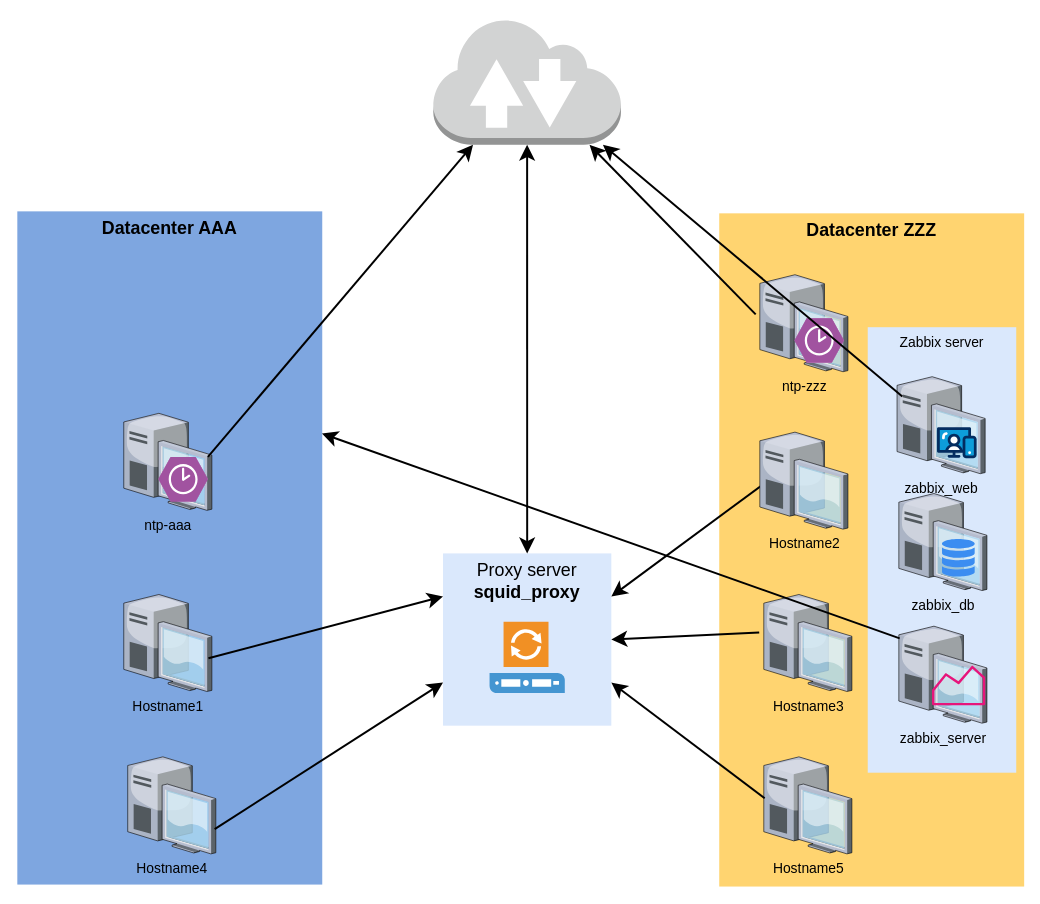
vslavqua/homework keeps this draw.io diagram as network-diagram.drawio. Above is the earlier version. Source tidied: cells renumbered, new cells numbered last; positions are measured from the earlier drawing's top-left corner, leaving out a move shared by most shapes. Both pictures are drawn from the tidied source at 99%, with x=0, y=0 at pixel (17, 17).
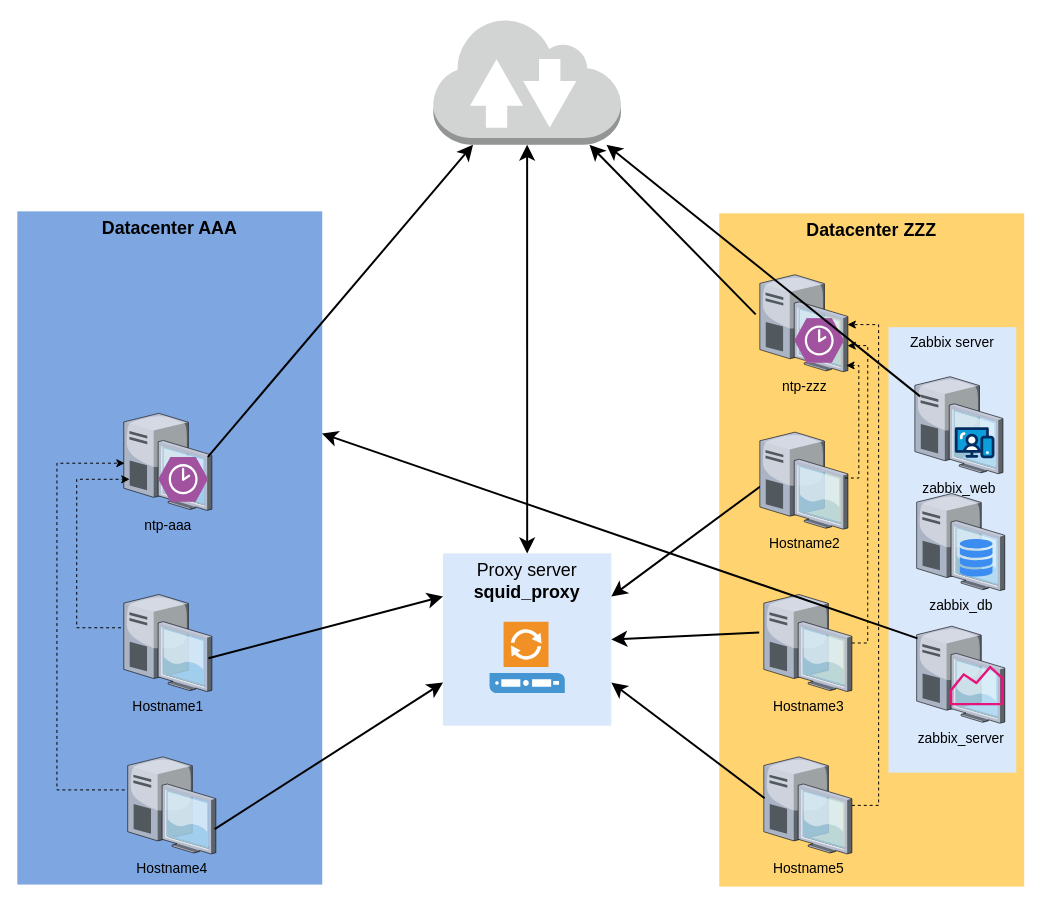
The same page after the edit.

Unchanged cells that the change refers to:
```xml
<mxCell id="5" value="Hostname5" style="verticalLabelPosition=bottom;html=1;verticalAlign=top;strokeColor=none;shape=mxgraph.citrix.desktop;fillColor=#66B2FF;gradientColor=#0066CC;fontSize=14;" parent="1" vertex="1">
  <mxGeometry x="754" y="747" width="89" height="98" as="geometry" />
</mxCell>
<mxCell id="6" value="Hostname3" style="verticalLabelPosition=bottom;html=1;verticalAlign=top;strokeColor=none;shape=mxgraph.citrix.desktop;fillColor=#66B2FF;gradientColor=#0066CC;fontSize=14;" parent="1" vertex="1">
  <mxGeometry x="754" y="583" width="89" height="98" as="geometry" />
</mxCell>
<mxCell id="7" value="Hostname2" style="verticalLabelPosition=bottom;html=1;verticalAlign=top;strokeColor=none;shape=mxgraph.citrix.desktop;fillColor=#66B2FF;gradientColor=#0066CC;fontSize=14;" parent="1" vertex="1">
  <mxGeometry x="750" y="419" width="89" height="98" as="geometry" />
</mxCell>
<mxCell id="16" value="ntp-aaa" style="verticalLabelPosition=bottom;html=1;verticalAlign=top;strokeColor=none;shape=mxgraph.citrix.desktop;fillColor=#66B2FF;gradientColor=#0066CC;fontSize=14;" parent="1" vertex="1">
  <mxGeometry x="107.5" y="400" width="89" height="98" as="geometry" />
</mxCell>
<mxCell id="17" value="Hostname4" style="verticalLabelPosition=bottom;html=1;verticalAlign=top;strokeColor=none;shape=mxgraph.citrix.desktop;fillColor=#66B2FF;gradientColor=#0066CC;fontSize=14;" parent="1" vertex="1">
  <mxGeometry x="111.5" y="747" width="89" height="98" as="geometry" />
</mxCell>
<mxCell id="18" value="Hostname1" style="verticalLabelPosition=bottom;html=1;verticalAlign=top;strokeColor=none;shape=mxgraph.citrix.desktop;fillColor=#66B2FF;gradientColor=#0066CC;fontSize=14;" parent="1" vertex="1">
  <mxGeometry x="107.5" y="583" width="89" height="98" as="geometry" />
</mxCell>
<mxCell id="20" value="ntp-zzz" style="verticalLabelPosition=bottom;html=1;verticalAlign=top;strokeColor=none;shape=mxgraph.citrix.desktop;fillColor=#66B2FF;gradientColor=#0066CC;fontSize=14;" parent="1" vertex="1">
  <mxGeometry x="750" y="260" width="89" height="98" as="geometry" />
</mxCell>
```

Change to the diagram source:
```diff
@@
     <mxCell id="8" value="Zabbix server" style="whiteSpace=wrap;html=1;fillColor=#dae8fc;fontSize=14;strokeColor=none;verticalAlign=top;" parent="1" vertex="1">
-      <mxGeometry x="859" y="313" width="150" height="450" as="geometry" />
+      <mxGeometry x="880" y="313" width="129" height="450" as="geometry" />
     </mxCell>
     <mxCell id="9" value="zabbix_db" style="verticalLabelPosition=bottom;html=1;verticalAlign=top;strokeColor=none;shape=mxgraph.citrix.desktop;fillColor=#66B2FF;gradientColor=#0066CC;fontSize=14;" parent="1" vertex="1">
-      <mxGeometry x="890.4" y="481" width="89" height="98" as="geometry" />
+      <mxGeometry x="908.4" y="481" width="89" height="98" as="geometry" />
     </mxCell>
     <mxCell id="10" value="zabbix_web" style="verticalLabelPosition=bottom;html=1;verticalAlign=top;strokeColor=none;shape=mxgraph.citrix.desktop;fillColor=#66B2FF;gradientColor=#0066CC;fontSize=14;" parent="1" vertex="1">
-      <mxGeometry x="888.6" y="363" width="89" height="98" as="geometry" />
+      <mxGeometry x="906.6" y="363" width="89" height="98" as="geometry" />
     </mxCell>
     <mxCell id="11" value="zabbix_server" style="verticalLabelPosition=bottom;html=1;verticalAlign=top;strokeColor=none;shape=mxgraph.citrix.desktop;fillColor=#66B2FF;gradientColor=#0066CC;fontSize=14;" parent="1" vertex="1">
-      <mxGeometry x="890.4" y="615" width="89" height="98" as="geometry" />
+      <mxGeometry x="908.4" y="615" width="89" height="98" as="geometry" />
     </mxCell>
     <mxCell id="12" style="sketch=0;fontColor=#232F3E;gradientColor=none;fillColor=#E7157B;strokeColor=none;dashed=0;verticalLabelPosition=bottom;verticalAlign=top;align=center;html=1;fontSize=12;fontStyle=0;shape=mxgraph.aws4.monitoring;" parent="1" vertex="1">
-      <mxGeometry x="923.9" y="655" width="53.8" height="40" as="geometry" />
+      <mxGeometry x="941.9" y="655" width="53.8" height="40" as="geometry" />
     </mxCell>
     <mxCell id="13" style="sketch=0;html=1;strokeColor=none;shadow=0;fillColor=#3B8DF1;verticalAlign=top;labelPosition=center;verticalLabelPosition=bottom;shape=mxgraph.gcp2.cloud_monitoring;" parent="1" vertex="1">
-      <mxGeometry x="933.6" y="527" width="34.2" height="38" as="geometry" />
+      <mxGeometry x="951.6" y="527" width="34.2" height="38" as="geometry" />
     </mxCell>
     <mxCell id="14" style="verticalLabelPosition=bottom;html=1;shape=mxgraph.salesforce.web;" parent="1" vertex="1">
-      <mxGeometry x="929" y="414" width="40" height="31.6" as="geometry" />
+      <mxGeometry x="947" y="414" width="40" height="31.6" as="geometry" />
     </mxCell>
@@
+    <mxCell id="33" style="edgeStyle=orthogonalEdgeStyle;rounded=0;jettySize=auto;html=1;entryX=0.011;entryY=0.514;entryDx=0;entryDy=0;entryPerimeter=0;exitX=-0.034;exitY=0.341;exitDx=0;exitDy=0;exitPerimeter=0;dashed=1;" parent="1" edge="1" source="17" target="16">
+      <mxGeometry relative="1" as="geometry">
+        <Array as="points">
+          <mxPoint x="40" y="781" />
+          <mxPoint x="40" y="450" />
+        </Array>
+      </mxGeometry>
+    </mxCell>
@@
+    <mxCell id="34" style="edgeStyle=orthogonalEdgeStyle;rounded=0;jettySize=auto;html=1;entryX=0.067;entryY=0.68;entryDx=0;entryDy=0;entryPerimeter=0;exitX=-0.031;exitY=0.343;exitDx=0;exitDy=0;exitPerimeter=0;dashed=1;" parent="1" edge="1" source="18" target="16">
+      <mxGeometry relative="1" as="geometry">
+        <Array as="points">
+          <mxPoint x="60" y="617" />
+          <mxPoint x="60" y="467" />
+        </Array>
+      </mxGeometry>
+    </mxCell>
+    <mxCell id="35" style="edgeStyle=orthogonalEdgeStyle;rounded=0;jettySize=auto;html=1;entryX=0.98;entryY=0.935;entryDx=0;entryDy=0;entryPerimeter=0;exitX=0.966;exitY=0.473;exitDx=0;exitDy=0;exitPerimeter=0;dashed=1;" parent="1" edge="1" source="7" target="20">
+      <mxGeometry relative="1" as="geometry">
+        <Array as="points">
+          <mxPoint x="850" y="465" />
+          <mxPoint x="850" y="352" />
+        </Array>
+      </mxGeometry>
+    </mxCell>
+    <mxCell id="36" style="edgeStyle=orthogonalEdgeStyle;rounded=0;jettySize=auto;html=1;entryX=0.994;entryY=0.731;entryDx=0;entryDy=0;entryPerimeter=0;dashed=1;" parent="1" edge="1" source="6" target="20">
+      <mxGeometry relative="1" as="geometry">
+        <Array as="points">
+          <mxPoint x="859" y="632" />
+          <mxPoint x="859" y="332" />
+        </Array>
+      </mxGeometry>
+    </mxCell>
+    <mxCell id="37" style="edgeStyle=orthogonalEdgeStyle;rounded=0;jettySize=auto;html=1;entryX=0.994;entryY=0.514;entryDx=0;entryDy=0;entryPerimeter=0;dashed=1;" parent="1" edge="1" source="5" target="20">
+      <mxGeometry relative="1" as="geometry">
+        <Array as="points">
+          <mxPoint x="870" y="796" />
+          <mxPoint x="870" y="310" />
+        </Array>
+      </mxGeometry>
+    </mxCell>
```
